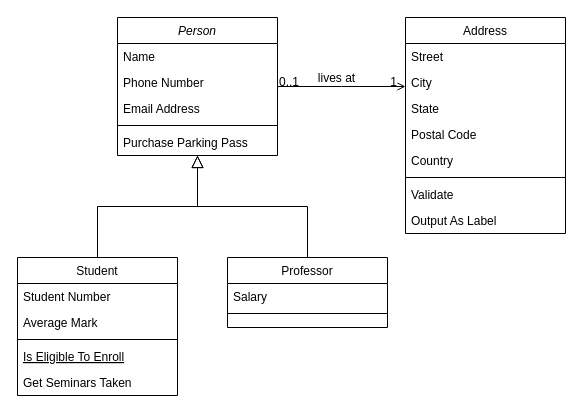
brunoamoedo/Jogo-da-velha keeps this draw.io diagram as Diagrama sem nome.drawio. Above is the earlier version. Source tidied: cells renumbered, new cells numbered last; positions are measured from the earlier drawing's top-left corner, leaving out a move shared by most shapes. Both pictures are drawn from the tidied source at 100%, with x=0, y=0 at pixel (17, 17).
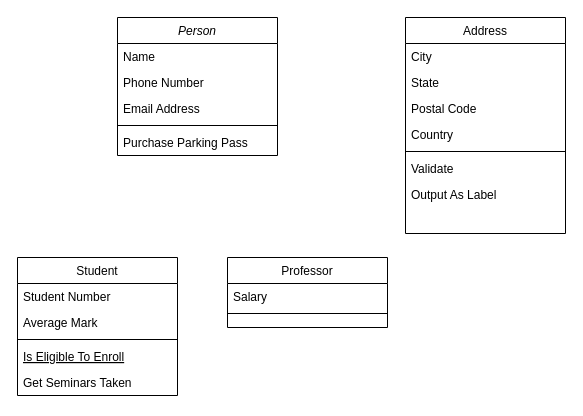
Above is the later version.

Unchanged cells that the change refers to:
```xml
<mxCell id="2" value="Person" style="swimlane;fontStyle=2;align=center;verticalAlign=top;horizontal=1;startSize=26;rounded=0;shadow=0;strokeWidth=1;" parent="1" vertex="1">
  <mxGeometry x="100" width="160" height="138" as="geometry" />
</mxCell>
<mxCell id="8" value="Student" style="swimlane;fontStyle=0;align=center;verticalAlign=top;horizontal=1;startSize=26;rounded=0;shadow=0;strokeWidth=1;" parent="1" vertex="1">
  <mxGeometry y="240" width="160" height="138" as="geometry" />
</mxCell>
<mxCell id="15" value="Professor" style="swimlane;fontStyle=0;align=center;verticalAlign=top;horizontal=1;startSize=26;rounded=0;shadow=0;strokeWidth=1;" parent="1" vertex="1">
  <mxGeometry x="210" y="240" width="160" height="70" as="geometry" />
</mxCell>
<mxCell id="19" value="Address" style="swimlane;fontStyle=0;align=center;verticalAlign=top;horizontal=1;startSize=26;rounded=0;shadow=0;strokeWidth=1;" parent="1" vertex="1">
  <mxGeometry x="388" width="160" height="216" as="geometry" />
</mxCell>
```

Diff of the diagram source:
```diff
@@
-    <mxCell id="14" style="endArrow=block;endSize=10;endFill=0;shadow=0;strokeWidth=1;rounded=0;edgeStyle=elbowEdgeStyle;elbow=vertical;" parent="1" edge="1" source="8" target="2">
-      <mxGeometry relative="1" as="geometry" />
-    </mxCell>
@@
-    <mxCell id="18" style="endArrow=block;endSize=10;endFill=0;shadow=0;strokeWidth=1;rounded=0;edgeStyle=elbowEdgeStyle;elbow=vertical;" parent="1" edge="1" source="15" target="2">
-      <mxGeometry relative="1" as="geometry" />
-    </mxCell>
@@
-    <mxCell id="20" value="Street" style="text;align=left;verticalAlign=top;spacingLeft=4;spacingRight=4;overflow=hidden;" parent="19" vertex="1">
-      <mxGeometry y="26" width="160" height="26" as="geometry" />
-    </mxCell>
     <mxCell id="21" value="City" style="text;align=left;verticalAlign=top;spacingLeft=4;spacingRight=4;overflow=hidden;rounded=0;shadow=0;html=0;" parent="19" vertex="1">
-      <mxGeometry y="52" width="160" height="26" as="geometry" />
+      <mxGeometry y="26" width="160" height="26" as="geometry" />
     </mxCell>
     <mxCell id="22" value="State" style="text;align=left;verticalAlign=top;spacingLeft=4;spacingRight=4;overflow=hidden;rounded=0;shadow=0;html=0;" parent="19" vertex="1">
-      <mxGeometry y="78" width="160" height="26" as="geometry" />
+      <mxGeometry y="52" width="160" height="26" as="geometry" />
     </mxCell>
     <mxCell id="23" value="Postal Code" style="text;align=left;verticalAlign=top;spacingLeft=4;spacingRight=4;overflow=hidden;rounded=0;shadow=0;html=0;" parent="19" vertex="1">
-      <mxGeometry y="104" width="160" height="26" as="geometry" />
+      <mxGeometry y="78" width="160" height="26" as="geometry" />
     </mxCell>
     <mxCell id="24" value="Country" style="text;align=left;verticalAlign=top;spacingLeft=4;spacingRight=4;overflow=hidden;rounded=0;shadow=0;html=0;" parent="19" vertex="1">
-      <mxGeometry y="130" width="160" height="26" as="geometry" />
+      <mxGeometry y="104" width="160" height="26" as="geometry" />
     </mxCell>
     <mxCell id="25" style="line;html=1;strokeWidth=1;align=left;verticalAlign=middle;spacingTop=-1;spacingLeft=3;spacingRight=3;labelPosition=right;" parent="19" vertex="1">
-      <mxGeometry y="156" width="160" height="8" as="geometry" />
+      <mxGeometry y="130" width="160" height="8" as="geometry" />
     </mxCell>
     <mxCell id="26" value="Validate" style="text;align=left;verticalAlign=top;spacingLeft=4;spacingRight=4;overflow=hidden;" parent="19" vertex="1">
-      <mxGeometry y="164" width="160" height="26" as="geometry" />
+      <mxGeometry y="138" width="160" height="26" as="geometry" />
     </mxCell>
     <mxCell id="27" value="Output As Label" style="text;align=left;verticalAlign=top;spacingLeft=4;spacingRight=4;overflow=hidden;" parent="19" vertex="1">
-      <mxGeometry y="190" width="160" height="26" as="geometry" />
+      <mxGeometry y="164" width="160" height="26" as="geometry" />
     </mxCell>
-    <mxCell id="28" style="endArrow=open;shadow=0;strokeWidth=1;rounded=0;endFill=1;edgeStyle=elbowEdgeStyle;elbow=vertical;" parent="1" edge="1" source="2" target="19">
-      <mxGeometry x="0.5" y="41" relative="1" as="geometry">
-        <mxPoint x="-40" y="32" as="offset" />
-      </mxGeometry>
-    </mxCell>
-    <mxCell id="29" value="0..1" style="align=left;verticalAlign=bottom;labelBackgroundColor=none;fontSize=12;" parent="28" vertex="1">
-      <mxGeometry x="-1" relative="1" as="geometry">
-        <mxPoint y="4" as="offset" />
-      </mxGeometry>
-    </mxCell>
-    <mxCell id="30" value="1" style="align=right;verticalAlign=bottom;labelBackgroundColor=none;fontSize=12;" parent="28" vertex="1">
-      <mxGeometry x="1" relative="1" as="geometry">
-        <mxPoint x="-7" y="4" as="offset" />
-      </mxGeometry>
-    </mxCell>
-    <mxCell id="31" value="lives at" style="text;html=1;align=center;verticalAlign=middle;labelBackgroundColor=none;rounded=0;shadow=0;strokeWidth=1;fontSize=12;" parent="28" vertex="1">
-      <mxGeometry x="0.5" y="49" relative="1" as="geometry">
-        <mxPoint x="-38" y="40" as="offset" />
-      </mxGeometry>
-    </mxCell>
```
